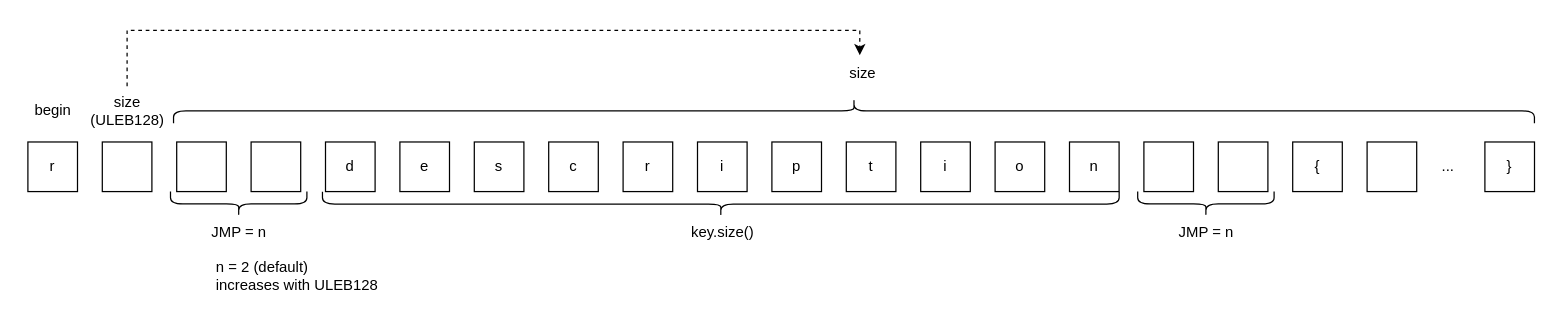
MRsoymilk/MyYoloInference keeps this draw.io diagram as page "metadata" (1 of 6) of design.drawio. Above is the earlier version. Source tidied: cells renumbered, new cells numbered last; positions are measured from the earlier drawing's top-left corner, leaving out a move shared by most shapes. Both pictures are drawn from the tidied source at 124%, with x=0, y=0 at pixel (21, -570).
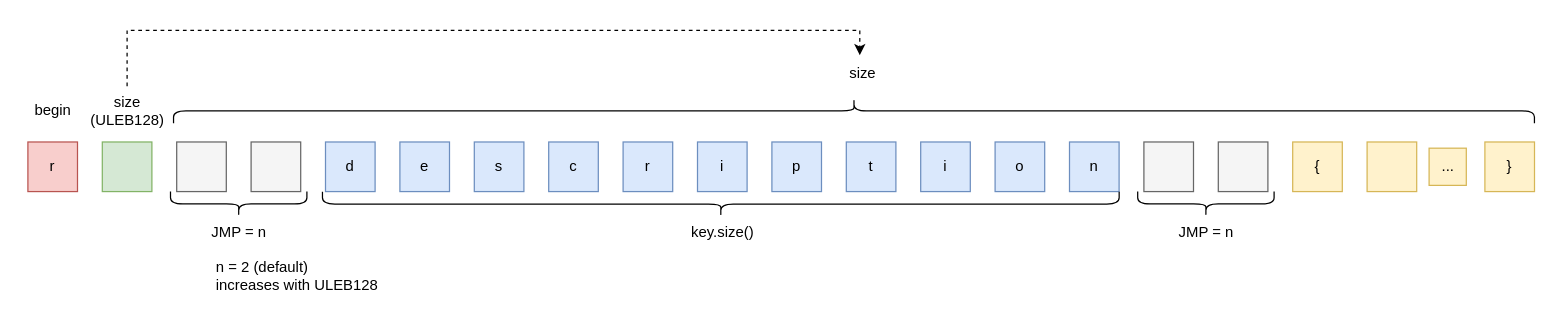
After the change.

The edit, as a diff of the source:
```diff
@@
-    <mxCell id="2" value="r" style="rounded=0;whiteSpace=wrap;html=1;" parent="1" vertex="1">
+    <mxCell id="2" value="r" style="rounded=0;whiteSpace=wrap;html=1;fillColor=#f8cecc;strokeColor=#b85450;" parent="1" vertex="1">
       <mxGeometry x="5" y="574" width="40" height="40" as="geometry" />
     </mxCell>
-    <mxCell id="3" style="rounded=0;whiteSpace=wrap;html=1;" parent="1" vertex="1">
+    <mxCell id="3" style="rounded=0;whiteSpace=wrap;html=1;fillColor=#d5e8d4;strokeColor=#82b366;" parent="1" vertex="1">
       <mxGeometry x="65" y="574" width="40" height="40" as="geometry" />
     </mxCell>
-    <mxCell id="4" style="rounded=0;whiteSpace=wrap;html=1;" parent="1" vertex="1">
+    <mxCell id="4" style="rounded=0;whiteSpace=wrap;html=1;fillColor=#f5f5f5;fontColor=#333333;strokeColor=#666666;" parent="1" vertex="1">
       <mxGeometry x="125" y="574" width="40" height="40" as="geometry" />
     </mxCell>
-    <mxCell id="5" style="rounded=0;whiteSpace=wrap;html=1;" parent="1" vertex="1">
+    <mxCell id="5" style="rounded=0;whiteSpace=wrap;html=1;fillColor=#f5f5f5;fontColor=#333333;strokeColor=#666666;" parent="1" vertex="1">
       <mxGeometry x="185" y="574" width="40" height="40" as="geometry" />
     </mxCell>
-    <mxCell id="6" value="d" style="rounded=0;whiteSpace=wrap;html=1;" parent="1" vertex="1">
+    <mxCell id="6" value="d" style="rounded=0;whiteSpace=wrap;html=1;fillColor=#dae8fc;strokeColor=#6c8ebf;" parent="1" vertex="1">
       <mxGeometry x="245" y="574" width="40" height="40" as="geometry" />
     </mxCell>
-    <mxCell id="7" value="e" style="rounded=0;whiteSpace=wrap;html=1;" parent="1" vertex="1">
+    <mxCell id="7" value="e" style="rounded=0;whiteSpace=wrap;html=1;fillColor=#dae8fc;strokeColor=#6c8ebf;" parent="1" vertex="1">
       <mxGeometry x="305" y="574" width="40" height="40" as="geometry" />
     </mxCell>
-    <mxCell id="8" value="s" style="rounded=0;whiteSpace=wrap;html=1;" parent="1" vertex="1">
+    <mxCell id="8" value="s" style="rounded=0;whiteSpace=wrap;html=1;fillColor=#dae8fc;strokeColor=#6c8ebf;" parent="1" vertex="1">
       <mxGeometry x="365" y="574" width="40" height="40" as="geometry" />
     </mxCell>
@@
-    <mxCell id="11" value="c" style="rounded=0;whiteSpace=wrap;html=1;" parent="1" vertex="1">
+    <mxCell id="11" value="c" style="rounded=0;whiteSpace=wrap;html=1;fillColor=#dae8fc;strokeColor=#6c8ebf;" parent="1" vertex="1">
       <mxGeometry x="425" y="574" width="40" height="40" as="geometry" />
     </mxCell>
-    <mxCell id="12" value="r" style="rounded=0;whiteSpace=wrap;html=1;" parent="1" vertex="1">
+    <mxCell id="12" value="r" style="rounded=0;whiteSpace=wrap;html=1;fillColor=#dae8fc;strokeColor=#6c8ebf;" parent="1" vertex="1">
       <mxGeometry x="485" y="574" width="40" height="40" as="geometry" />
     </mxCell>
-    <mxCell id="13" value="i" style="rounded=0;whiteSpace=wrap;html=1;" parent="1" vertex="1">
+    <mxCell id="13" value="i" style="rounded=0;whiteSpace=wrap;html=1;fillColor=#dae8fc;strokeColor=#6c8ebf;" parent="1" vertex="1">
       <mxGeometry x="545" y="574" width="40" height="40" as="geometry" />
     </mxCell>
-    <mxCell id="14" value="p" style="rounded=0;whiteSpace=wrap;html=1;" parent="1" vertex="1">
+    <mxCell id="14" value="p" style="rounded=0;whiteSpace=wrap;html=1;fillColor=#dae8fc;strokeColor=#6c8ebf;" parent="1" vertex="1">
       <mxGeometry x="605" y="574" width="40" height="40" as="geometry" />
     </mxCell>
-    <mxCell id="15" value="t" style="rounded=0;whiteSpace=wrap;html=1;" parent="1" vertex="1">
+    <mxCell id="15" value="t" style="rounded=0;whiteSpace=wrap;html=1;fillColor=#dae8fc;strokeColor=#6c8ebf;" parent="1" vertex="1">
       <mxGeometry x="665" y="574" width="40" height="40" as="geometry" />
     </mxCell>
-    <mxCell id="16" value="i" style="rounded=0;whiteSpace=wrap;html=1;" parent="1" vertex="1">
+    <mxCell id="16" value="i" style="rounded=0;whiteSpace=wrap;html=1;fillColor=#dae8fc;strokeColor=#6c8ebf;" parent="1" vertex="1">
       <mxGeometry x="725" y="574" width="40" height="40" as="geometry" />
     </mxCell>
-    <mxCell id="17" value="o" style="rounded=0;whiteSpace=wrap;html=1;" parent="1" vertex="1">
+    <mxCell id="17" value="o" style="rounded=0;whiteSpace=wrap;html=1;fillColor=#dae8fc;strokeColor=#6c8ebf;" parent="1" vertex="1">
       <mxGeometry x="785" y="574" width="40" height="40" as="geometry" />
     </mxCell>
-    <mxCell id="18" value="n" style="rounded=0;whiteSpace=wrap;html=1;" parent="1" vertex="1">
+    <mxCell id="18" value="n" style="rounded=0;whiteSpace=wrap;html=1;fillColor=#dae8fc;strokeColor=#6c8ebf;" parent="1" vertex="1">
       <mxGeometry x="845" y="574" width="40" height="40" as="geometry" />
     </mxCell>
-    <mxCell id="19" style="rounded=0;whiteSpace=wrap;html=1;" parent="1" vertex="1">
+    <mxCell id="19" style="rounded=0;whiteSpace=wrap;html=1;fillColor=#f5f5f5;fontColor=#333333;strokeColor=#666666;" parent="1" vertex="1">
       <mxGeometry x="905" y="574" width="40" height="40" as="geometry" />
     </mxCell>
-    <mxCell id="20" style="rounded=0;whiteSpace=wrap;html=1;" parent="1" vertex="1">
+    <mxCell id="20" style="rounded=0;whiteSpace=wrap;html=1;fillColor=#f5f5f5;fontColor=#333333;strokeColor=#666666;" parent="1" vertex="1">
       <mxGeometry x="965" y="574" width="40" height="40" as="geometry" />
     </mxCell>
@@
-    <mxCell id="27" value="{" style="rounded=0;whiteSpace=wrap;html=1;" parent="1" vertex="1">
+    <mxCell id="27" value="{" style="rounded=0;whiteSpace=wrap;html=1;fillColor=#fff2cc;strokeColor=#d6b656;" parent="1" vertex="1">
       <mxGeometry x="1025" y="574" width="40" height="40" as="geometry" />
     </mxCell>
-    <mxCell id="28" style="rounded=0;whiteSpace=wrap;html=1;" parent="1" vertex="1">
+    <mxCell id="28" style="rounded=0;whiteSpace=wrap;html=1;fillColor=#fff2cc;strokeColor=#d6b656;" parent="1" vertex="1">
       <mxGeometry x="1085" y="574" width="40" height="40" as="geometry" />
     </mxCell>
-    <mxCell id="29" value="}" style="rounded=0;whiteSpace=wrap;html=1;" parent="1" vertex="1">
+    <mxCell id="29" value="}" style="rounded=0;whiteSpace=wrap;html=1;fillColor=#fff2cc;strokeColor=#d6b656;" parent="1" vertex="1">
       <mxGeometry x="1180" y="574" width="40" height="40" as="geometry" />
     </mxCell>
-    <mxCell id="30" value="..." style="text;html=1;align=center;verticalAlign=middle;strokeColor=none;fillColor=none;" parent="1" vertex="1">
+    <mxCell id="30" value="..." style="text;html=1;align=center;verticalAlign=middle;strokeColor=#d6b656;fillColor=#fff2cc;" parent="1" vertex="1">
       <mxGeometry x="1135" y="579" width="30" height="30" as="geometry" />
     </mxCell>
```
